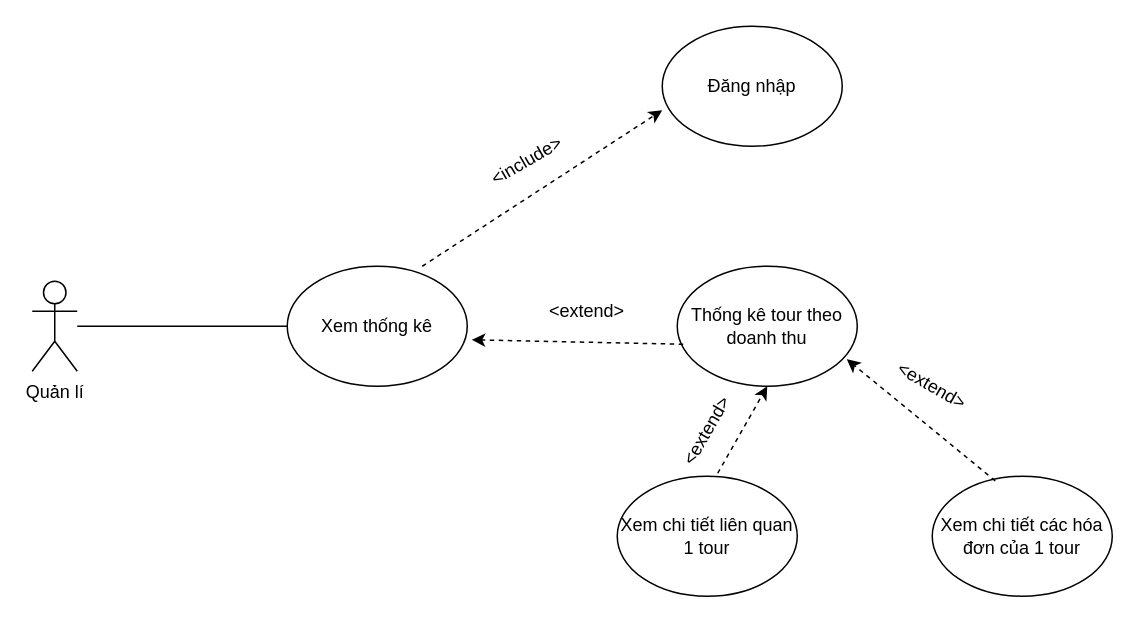
Earlier version of the draw.io diagram DetailUsecase.drawio (thanhlongtld/classical_software_engineering). Source tidied: cells renumbered, new cells numbered last; positions are measured from the earlier drawing's top-left corner, leaving out a move shared by most shapes. Both pictures are drawn from the tidied source at 150%, with x=0, y=0 at pixel (32, 26).
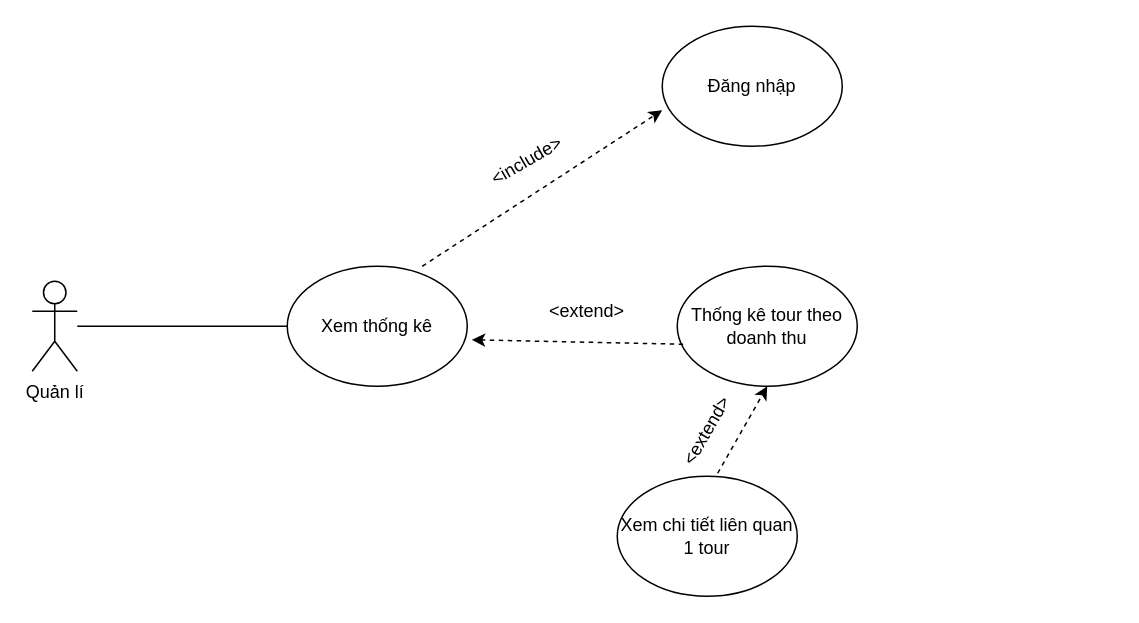
After the change.

Change to the diagram source:
```diff
@@
 <mxGraphModel>
   <root>
     <mxCell id="0" />
     <mxCell id="1" parent="0" />
     <mxCell id="2" value="Quản lí" style="shape=umlActor;verticalLabelPosition=bottom;verticalAlign=top;html=1;outlineConnect=0;" parent="1" vertex="1">
       <mxGeometry y="170" width="30" height="60" as="geometry" />
     </mxCell>
     <mxCell id="3" value="Xem thống kê" style="ellipse;whiteSpace=wrap;html=1;" parent="1" vertex="1">
       <mxGeometry x="170" y="160" width="120" height="80" as="geometry" />
     </mxCell>
     <mxCell id="4" value="Đăng nhập" style="ellipse;whiteSpace=wrap;html=1;" parent="1" vertex="1">
       <mxGeometry x="420" width="120" height="80" as="geometry" />
     </mxCell>
     <mxCell id="5" value="Thống kê tour theo doanh thu" style="ellipse;whiteSpace=wrap;html=1;" parent="1" vertex="1">
       <mxGeometry x="430" y="160" width="120" height="80" as="geometry" />
     </mxCell>
     <mxCell id="6" value="Xem chi tiết liên quan 1 tour" style="ellipse;whiteSpace=wrap;html=1;" parent="1" vertex="1">
       <mxGeometry x="390" y="300" width="120" height="80" as="geometry" />
     </mxCell>
-    <mxCell id="7" value="Xem chi tiết các hóa đơn của 1 tour" style="ellipse;whiteSpace=wrap;html=1;" parent="1" vertex="1">
-      <mxGeometry x="600" y="300" width="120" height="80" as="geometry" />
-    </mxCell>
     <mxCell id="8" style="endArrow=none;html=1;" parent="1" edge="1" source="2">
       <mxGeometry relative="1" as="geometry">
         <mxPoint x="170" y="200" as="targetPoint" />
       </mxGeometry>
     </mxCell>
     <mxCell id="9" style="endArrow=classic;html=1;exitX=0.75;exitY=0;exitDx=0;exitDy=0;exitPerimeter=0;entryX=0;entryY=0.7;entryDx=0;entryDy=0;entryPerimeter=0;dashed=1;" parent="1" edge="1" source="3" target="4">
       <mxGeometry relative="1" as="geometry" />
     </mxCell>
     <mxCell id="10" value="&amp;lt;include&amp;gt;" style="text;html=1;strokeColor=none;fillColor=none;align=center;verticalAlign=middle;whiteSpace=wrap;rounded=0;rotation=-30;" parent="1" vertex="1">
       <mxGeometry x="310" y="80" width="40" height="20" as="geometry" />
     </mxCell>
     <mxCell id="11" style="endArrow=classic;html=1;dashed=1;exitX=0.033;exitY=0.65;exitDx=0;exitDy=0;exitPerimeter=0;entryX=1.025;entryY=0.613;entryDx=0;entryDy=0;entryPerimeter=0;" parent="1" edge="1" source="5" target="3">
       <mxGeometry relative="1" as="geometry" />
     </mxCell>
     <mxCell id="12" value="&amp;lt;extend&amp;gt;" style="text;html=1;strokeColor=none;fillColor=none;align=center;verticalAlign=middle;whiteSpace=wrap;rounded=0;" parent="1" vertex="1">
       <mxGeometry x="350" y="180" width="40" height="20" as="geometry" />
     </mxCell>
     <mxCell id="13" style="endArrow=classic;html=1;dashed=1;entryX=0.5;entryY=1;entryDx=0;entryDy=0;exitX=0.558;exitY=-0.025;exitDx=0;exitDy=0;exitPerimeter=0;" parent="1" edge="1" source="6" target="5">
       <mxGeometry relative="1" as="geometry" />
     </mxCell>
     <mxCell id="14" value="&amp;lt;extend&amp;gt;" style="text;html=1;strokeColor=none;fillColor=none;align=center;verticalAlign=middle;whiteSpace=wrap;rounded=0;rotation=-60;" parent="1" vertex="1">
       <mxGeometry x="430" y="260" width="40" height="20" as="geometry" />
     </mxCell>
-    <mxCell id="15" style="endArrow=classic;html=1;dashed=1;entryX=0.942;entryY=0.775;entryDx=0;entryDy=0;entryPerimeter=0;exitX=0.35;exitY=0.038;exitDx=0;exitDy=0;exitPerimeter=0;" parent="1" edge="1" source="7" target="5">
-      <mxGeometry relative="1" as="geometry" />
-    </mxCell>
-    <mxCell id="16" value="&amp;lt;extend&amp;gt;" style="text;html=1;strokeColor=none;fillColor=none;align=center;verticalAlign=middle;whiteSpace=wrap;rounded=0;rotation=30;" parent="1" vertex="1">
-      <mxGeometry x="580" y="230" width="40" height="20" as="geometry" />
-    </mxCell>
   </root>
 </mxGraphModel>
```
